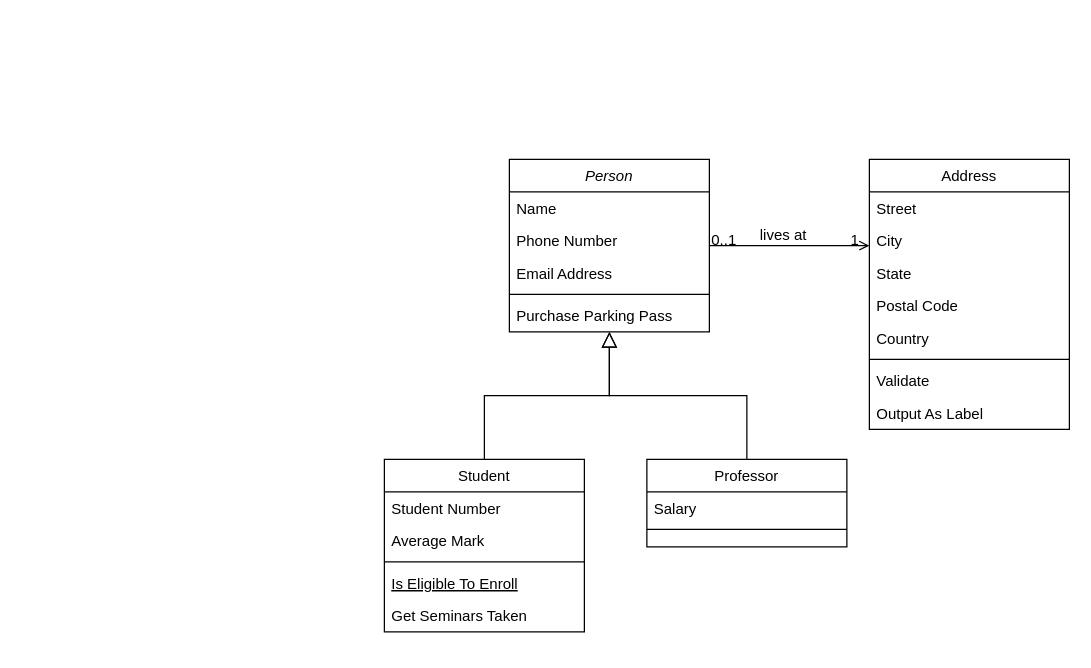
The draw.io diagram Untitled Diagram.drawio in zj-yan/Luc, before the edit. Source tidied: cells renumbered, new cells numbered last; positions are measured from the earlier drawing's top-left corner, leaving out a move shared by most shapes. Both pictures are drawn from the tidied source at 125%, with x=0, y=0 at pixel (384, 159).
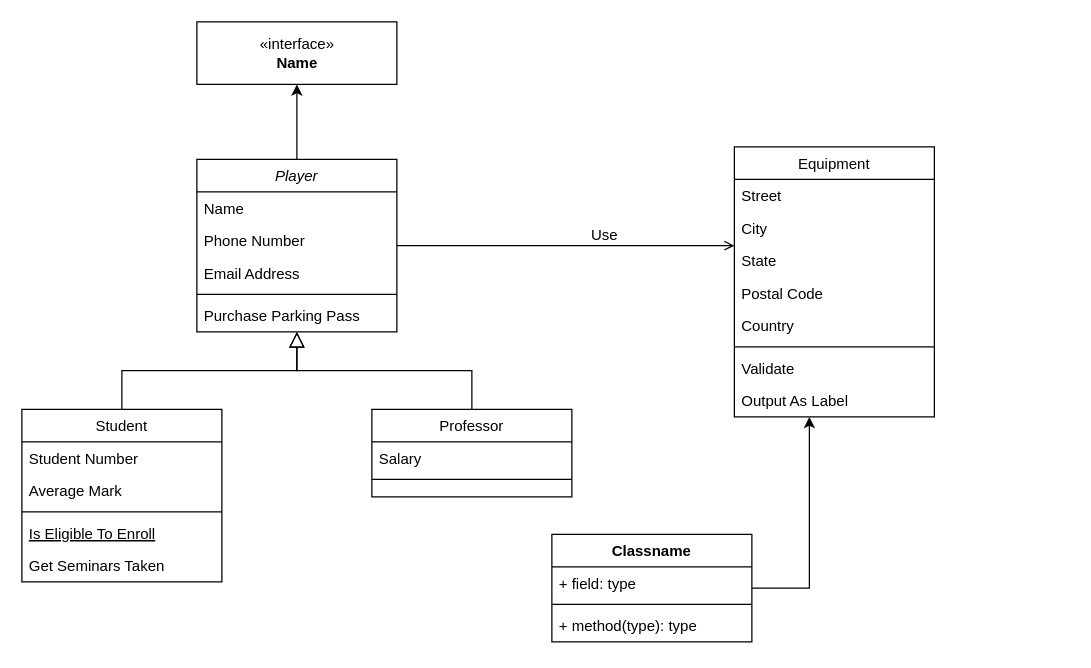
After the change.

Unchanged cells that the change refers to:
```xml
<mxCell id="27" value="Output As Label" style="text;align=left;verticalAlign=top;spacingLeft=4;spacingRight=4;overflow=hidden;points=[[0,0.5],[1,0.5]];portConstraint=eastwest;" parent="19" vertex="1">
  <mxGeometry y="190" width="160" height="26" as="geometry" />
</mxCell>
<mxCell id="28" style="endArrow=open;shadow=0;strokeWidth=1;rounded=0;endFill=1;edgeStyle=elbowEdgeStyle;elbow=vertical;" parent="1" edge="1" source="2" target="19">
  <mxGeometry x="0.5" y="41" relative="1" as="geometry">
    <mxPoint x="-40" y="32" as="offset" />
  </mxGeometry>
</mxCell>
```

Diff of the diagram source:
```diff
@@
+    <mxCell id="32" style="edgeStyle=orthogonalEdgeStyle;rounded=0;jettySize=auto;html=1;" parent="1" edge="1" source="2" target="38">
+      <mxGeometry relative="1" as="geometry">
+        <Array as="points">
+          <mxPoint x="-70" y="-70" />
+          <mxPoint x="-70" y="-70" />
+        </Array>
+      </mxGeometry>
+    </mxCell>
-    <mxCell id="2" value="Person" style="swimlane;fontStyle=2;align=center;verticalAlign=top;horizontal=1;startSize=26;rounded=0;shadow=0;strokeWidth=1;" parent="1" vertex="1">
-      <mxGeometry x="100" width="160" height="138" as="geometry" />
+    <mxCell id="2" value="Player" style="swimlane;fontStyle=2;align=center;verticalAlign=top;horizontal=1;startSize=26;rounded=0;shadow=0;strokeWidth=1;" parent="1" vertex="1">
+      <mxGeometry x="-150" width="160" height="138" as="geometry" />
     </mxCell>
@@
     <mxCell id="8" value="Student" style="swimlane;fontStyle=0;align=center;verticalAlign=top;horizontal=1;startSize=26;rounded=0;shadow=0;strokeWidth=1;" parent="1" vertex="1">
-      <mxGeometry y="240" width="160" height="138" as="geometry" />
+      <mxGeometry x="-290" y="200" width="160" height="138" as="geometry" />
     </mxCell>
@@
     <mxCell id="15" value="Professor" style="swimlane;fontStyle=0;align=center;verticalAlign=top;horizontal=1;startSize=26;rounded=0;shadow=0;strokeWidth=1;" parent="1" vertex="1">
-      <mxGeometry x="210" y="240" width="160" height="70" as="geometry" />
+      <mxGeometry x="-10" y="200" width="160" height="70" as="geometry" />
     </mxCell>
@@
-    <mxCell id="19" value="Address" style="swimlane;fontStyle=0;align=center;verticalAlign=top;horizontal=1;startSize=26;rounded=0;shadow=0;strokeWidth=1;" parent="1" vertex="1">
-      <mxGeometry x="388" width="160" height="216" as="geometry" />
+    <mxCell id="19" value="Equipment&#10;" style="swimlane;fontStyle=0;align=center;verticalAlign=top;horizontal=1;startSize=26;rounded=0;shadow=0;strokeWidth=1;" parent="1" vertex="1">
+      <mxGeometry x="280" y="-10" width="160" height="216" as="geometry" />
     </mxCell>
@@
-    <mxCell id="29" value="0..1" style="align=left;verticalAlign=bottom;labelBackgroundColor=none;fontSize=12;" parent="28" vertex="1">
-      <mxGeometry x="-1" relative="1" as="geometry">
-        <mxPoint y="4" as="offset" />
-      </mxGeometry>
-    </mxCell>
-    <mxCell id="30" value="1" style="align=right;verticalAlign=bottom;labelBackgroundColor=none;fontSize=12;" parent="28" vertex="1">
-      <mxGeometry x="1" relative="1" as="geometry">
-        <mxPoint x="-7" y="4" as="offset" />
-      </mxGeometry>
-    </mxCell>
-    <mxCell id="31" value="lives at" style="text;html=1;align=center;verticalAlign=middle;labelBackgroundColor=none;rounded=0;shadow=0;strokeWidth=1;fontSize=12;" parent="28" vertex="1">
+    <mxCell id="31" value="Use" style="text;html=1;align=center;verticalAlign=middle;labelBackgroundColor=none;rounded=0;shadow=0;strokeWidth=1;fontSize=12;" parent="28" vertex="1">
       <mxGeometry x="0.5" y="49" relative="1" as="geometry">
         <mxPoint x="-38" y="40" as="offset" />
       </mxGeometry>
     </mxCell>
+    <mxCell id="33" style="edgeStyle=orthogonalEdgeStyle;rounded=0;jettySize=auto;html=1;" parent="1" edge="1" source="34" target="27">
+      <mxGeometry relative="1" as="geometry">
+        <Array as="points">
+          <mxPoint x="340" y="230" />
+          <mxPoint x="340" y="230" />
+        </Array>
+      </mxGeometry>
+    </mxCell>
+    <mxCell id="34" value="Classname" style="swimlane;fontStyle=1;align=center;verticalAlign=top;horizontal=1;startSize=26;" parent="1" vertex="1">
+      <mxGeometry x="134" y="300" width="160" height="86" as="geometry" />
+    </mxCell>
+    <mxCell id="35" value="+ field: type" style="text;strokeColor=none;fillColor=none;align=left;verticalAlign=top;spacingLeft=4;spacingRight=4;overflow=hidden;" parent="34" vertex="1">
+      <mxGeometry y="26" width="160" height="26" as="geometry" />
+    </mxCell>
+    <mxCell id="36" style="line;strokeWidth=1;fillColor=none;align=left;verticalAlign=middle;spacingTop=-1;spacingLeft=3;spacingRight=3;labelPosition=right;" parent="34" vertex="1">
+      <mxGeometry y="52" width="160" height="8" as="geometry" />
+    </mxCell>
+    <mxCell id="37" value="+ method(type): type" style="text;strokeColor=none;fillColor=none;align=left;verticalAlign=top;spacingLeft=4;spacingRight=4;overflow=hidden;" parent="34" vertex="1">
+      <mxGeometry y="60" width="160" height="26" as="geometry" />
+    </mxCell>
+    <mxCell id="38" value="&amp;laquo;interface&amp;raquo;&lt;br&gt;&lt;b&gt;Name&lt;/b&gt;" style="html=1;" parent="1" vertex="1">
+      <mxGeometry x="-150" y="-110" width="160" height="50" as="geometry" />
+    </mxCell>
```
